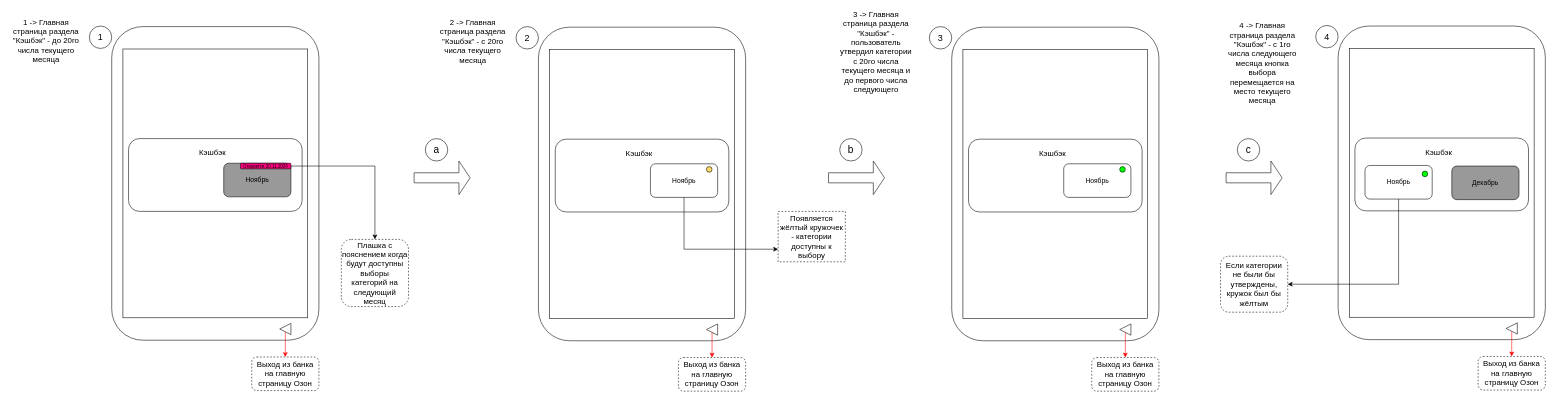
Before: Stanley_Kudrow/ex02/Ozon_next_month_cashback_feature_mobile_app.drawio in abdullahproff/BSA21_1, a draw.io diagram. Source tidied: cells renumbered, new cells numbered last; positions are measured from the earlier drawing's top-left corner, leaving out a move shared by most shapes. Both pictures are drawn from the tidied source at 56%, with x=0, y=0 at pixel (10, 25).
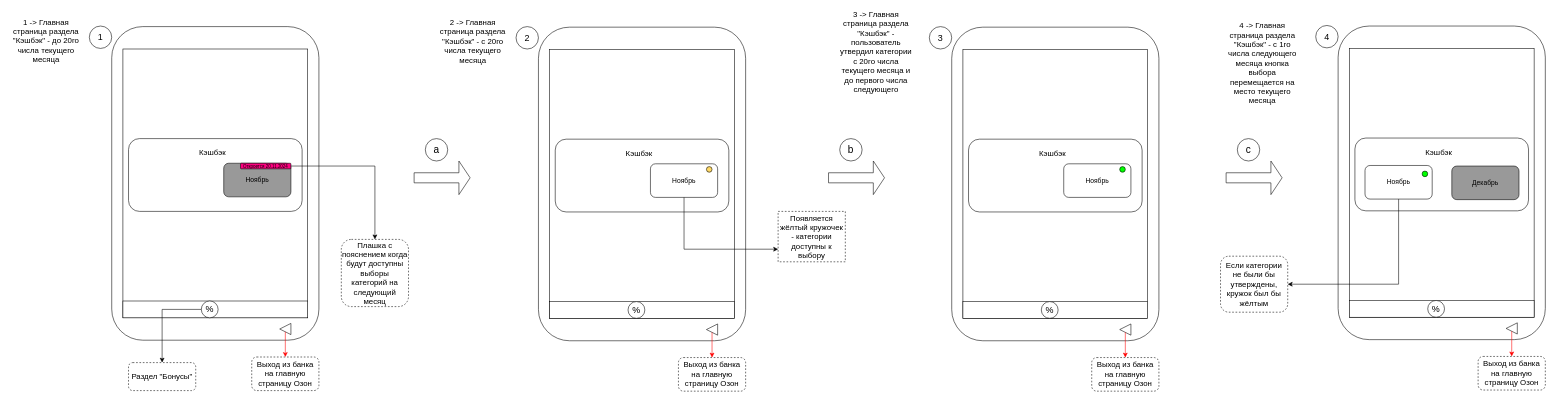
The same diagram, later.

Commit message (it also covers changes not shown here):
add bonus section to the layout; update use case

The change refers to these unchanged cells:
```xml
<mxCell id="2" style="group;" parent="1" vertex="1">
  <mxGeometry x="182" y="2" width="370" height="560" as="geometry" />
</mxCell>
<mxCell id="14" style="group;" parent="1" vertex="1">
  <mxGeometry x="944" y="3" width="370" height="560" as="geometry" />
</mxCell>
<mxCell id="30" style="group;" parent="1" vertex="1">
  <mxGeometry x="1682" y="3" width="370" height="560" as="geometry" />
</mxCell>
<mxCell id="42" style="group;" parent="1" vertex="1">
  <mxGeometry x="2372" y="1" width="370" height="560" as="geometry" />
</mxCell>
```

What changed in the source:
```diff
@@
+    <mxCell id="63" style="rounded=0;whiteSpace=wrap;html=1;" parent="2" vertex="1">
+      <mxGeometry x="20" y="490" width="330" height="30" as="geometry" />
+    </mxCell>
+    <mxCell id="64" value="&lt;font size=&quot;3&quot;&gt;%&lt;/font&gt;" style="ellipse;whiteSpace=wrap;html=1;" parent="2" vertex="1">
+      <mxGeometry x="160" y="490" width="30" height="30" as="geometry" />
+    </mxCell>
@@
+    <mxCell id="65" style="rounded=0;whiteSpace=wrap;html=1;" parent="14" vertex="1">
+      <mxGeometry x="20" y="490" width="330" height="30" as="geometry" />
+    </mxCell>
+    <mxCell id="66" value="&lt;font size=&quot;3&quot;&gt;%&lt;/font&gt;" style="ellipse;whiteSpace=wrap;html=1;" parent="14" vertex="1">
+      <mxGeometry x="160" y="490" width="30" height="30" as="geometry" />
+    </mxCell>
@@
+    <mxCell id="67" style="rounded=0;whiteSpace=wrap;html=1;" parent="30" vertex="1">
+      <mxGeometry x="20" y="490" width="330" height="30" as="geometry" />
+    </mxCell>
+    <mxCell id="68" value="&lt;font size=&quot;3&quot;&gt;%&lt;/font&gt;" style="ellipse;whiteSpace=wrap;html=1;" parent="30" vertex="1">
+      <mxGeometry x="160" y="490" width="30" height="30" as="geometry" />
+    </mxCell>
@@
+    <mxCell id="69" style="rounded=0;whiteSpace=wrap;html=1;" parent="42" vertex="1">
+      <mxGeometry x="20" y="490" width="330" height="30" as="geometry" />
+    </mxCell>
+    <mxCell id="70" value="&lt;font size=&quot;3&quot;&gt;%&lt;/font&gt;" style="ellipse;whiteSpace=wrap;html=1;" parent="42" vertex="1">
+      <mxGeometry x="160" y="490" width="30" height="30" as="geometry" />
+    </mxCell>
@@
+    <mxCell id="71" value="&lt;font style=&quot;font-size: 14px;&quot;&gt;Раздел &quot;Бонусы&quot;&lt;/font&gt;" style="rounded=1;whiteSpace=wrap;html=1;dashed=1;" parent="1" vertex="1">
+      <mxGeometry x="212" y="602" width="120" height="50" as="geometry" />
+    </mxCell>
+    <mxCell id="72" style="edgeStyle=orthogonalEdgeStyle;rounded=0;jettySize=auto;html=1;" parent="1" edge="1" source="64" target="71">
+      <mxGeometry relative="1" as="geometry" />
+    </mxCell>
```
